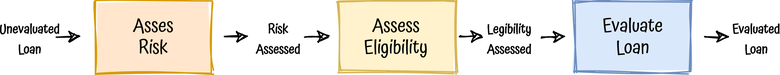
Before: doc/img/workflow.png, a diagram exported from draw.io (albertllousas/functional-domain-driven-design). Source tidied: cells renumbered, new cells last; positions are measured from the earlier drawing's top-left corner, leaving out a move shared by most shapes.
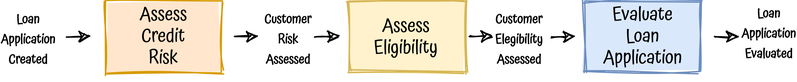
After the change.

The edit, as a diff of the source:
```diff
@@ -5,7 +5,7 @@
     <mxCell id="2" style="rounded=0;whiteSpace=wrap;html=1;sketch=1;fillColor=#ffe6cc;strokeColor=#d79b00;fillStyle=solid;" parent="1" vertex="1">
       <mxGeometry x="53.5" width="80" height="50" as="geometry" />
     </mxCell>
-    <mxCell id="3" value="&lt;font style=&quot;font-size: 13px&quot; face=&quot;Atma&quot;&gt;Asses&lt;br&gt;Risk&lt;br&gt;&lt;/font&gt;" style="text;html=1;strokeColor=none;fillColor=none;align=center;verticalAlign=middle;whiteSpace=wrap;rounded=0;sketch=1;" parent="1" vertex="1">
+    <mxCell id="3" value="&lt;font style=&quot;font-size: 13px&quot; face=&quot;Atma&quot;&gt;Assess&lt;br&gt;Credit&lt;br&gt;Risk&lt;br&gt;&lt;/font&gt;" style="text;html=1;strokeColor=none;fillColor=none;align=center;verticalAlign=middle;whiteSpace=wrap;rounded=0;sketch=1;" parent="1" vertex="1">
       <mxGeometry x="73.5" y="15" width="40" height="20" as="geometry" />
     </mxCell>
     <mxCell id="4" style="endArrow=classic;html=1;sketch=1;" parent="1" edge="1">
@@ -14,10 +14,10 @@
         <mxPoint x="379.1" y="24.8" as="targetPoint" />
       </mxGeometry>
     </mxCell>
-    <mxCell id="5" value="&lt;font face=&quot;Atma&quot; style=&quot;font-size: 9px&quot;&gt;&lt;span&gt;Unevaluated&lt;br&gt;Loan&lt;br&gt;&lt;/span&gt;&lt;/font&gt;" style="text;html=1;strokeColor=none;fillColor=none;align=center;verticalAlign=middle;whiteSpace=wrap;rounded=0;sketch=1;fontStyle=1;" parent="1" vertex="1">
-      <mxGeometry x="-0.5" y="15" width="17" height="20" as="geometry" />
+    <mxCell id="5" value="&lt;font face=&quot;Atma&quot; style=&quot;font-size: 9px&quot;&gt;&lt;span&gt;Loan&lt;br&gt;Application&lt;br&gt;Created&lt;br&gt;&lt;/span&gt;&lt;/font&gt;" style="text;html=1;strokeColor=none;fillColor=none;align=center;verticalAlign=middle;whiteSpace=wrap;rounded=0;sketch=1;fontStyle=1;" parent="1" vertex="1">
+      <mxGeometry x="-8.5" y="15" width="17" height="20" as="geometry" />
     </mxCell>
-    <mxCell id="6" value="&lt;font face=&quot;Atma&quot; style=&quot;font-size: 9px&quot;&gt;&lt;span&gt;Risk&lt;br&gt;Assessed&lt;br&gt;&lt;/span&gt;&lt;/font&gt;" style="text;html=1;strokeColor=none;fillColor=none;align=center;verticalAlign=middle;whiteSpace=wrap;rounded=0;sketch=1;fontStyle=1;" parent="1" vertex="1">
+    <mxCell id="6" value="&lt;font face=&quot;Atma&quot; style=&quot;font-size: 9px&quot;&gt;&lt;span&gt;Customer&lt;br&gt;Risk&lt;br&gt;Assessed&lt;br&gt;&lt;/span&gt;&lt;/font&gt;" style="text;html=1;strokeColor=none;fillColor=none;align=center;verticalAlign=middle;whiteSpace=wrap;rounded=0;sketch=1;fontStyle=1;" parent="1" vertex="1">
       <mxGeometry x="172.2" y="15" width="17" height="20" as="geometry" />
     </mxCell>
     <mxCell id="7" style="rounded=0;whiteSpace=wrap;html=1;sketch=1;fillColor=#fff2cc;strokeColor=#d6b656;fillStyle=solid;" parent="1" vertex="1">
@@ -26,17 +26,17 @@
     <mxCell id="8" value="&lt;font style=&quot;font-size: 13px&quot; face=&quot;Atma&quot;&gt;Assess&lt;br&gt;Eligibility&lt;br&gt;&lt;/font&gt;" style="text;html=1;strokeColor=none;fillColor=none;align=center;verticalAlign=middle;whiteSpace=wrap;rounded=0;sketch=1;" parent="1" vertex="1">
       <mxGeometry x="242.4" y="15" width="40" height="20" as="geometry" />
     </mxCell>
-    <mxCell id="9" value="&lt;font face=&quot;Atma&quot; style=&quot;font-size: 9px&quot;&gt;&lt;span&gt;Legibility&lt;br&gt;Assessed&lt;br&gt;&lt;/span&gt;&lt;/font&gt;" style="text;html=1;strokeColor=none;fillColor=none;align=center;verticalAlign=middle;whiteSpace=wrap;rounded=0;sketch=1;fontStyle=1;" parent="1" vertex="1">
+    <mxCell id="9" value="&lt;font face=&quot;Atma&quot; style=&quot;font-size: 9px&quot;&gt;&lt;span&gt;Customer&lt;br&gt;Elegibility&lt;br&gt;Assessed&lt;br&gt;&lt;/span&gt;&lt;/font&gt;" style="text;html=1;strokeColor=none;fillColor=none;align=center;verticalAlign=middle;whiteSpace=wrap;rounded=0;sketch=1;fontStyle=1;" parent="1" vertex="1">
       <mxGeometry x="331.6" y="15" width="17" height="20" as="geometry" />
     </mxCell>
     <mxCell id="10" style="rounded=0;whiteSpace=wrap;html=1;sketch=1;fillColor=#dae8fc;strokeColor=#6c8ebf;fillStyle=solid;" parent="1" vertex="1">
       <mxGeometry x="385.6" width="80" height="50" as="geometry" />
     </mxCell>
-    <mxCell id="11" value="&lt;font style=&quot;font-size: 13px&quot; face=&quot;Atma&quot;&gt;Evaluate&lt;br&gt;Loan&lt;br&gt;&lt;/font&gt;" style="text;html=1;strokeColor=none;fillColor=none;align=center;verticalAlign=middle;whiteSpace=wrap;rounded=0;sketch=1;" parent="1" vertex="1">
+    <mxCell id="11" value="&lt;font style=&quot;font-size: 13px&quot; face=&quot;Atma&quot;&gt;Evaluate&lt;br&gt;Loan&lt;br&gt;Application&lt;br&gt;&lt;/font&gt;" style="text;html=1;strokeColor=none;fillColor=none;align=center;verticalAlign=middle;whiteSpace=wrap;rounded=0;sketch=1;" parent="1" vertex="1">
       <mxGeometry x="405.6" y="15" width="40" height="20" as="geometry" />
     </mxCell>
-    <mxCell id="12" value="&lt;font face=&quot;Atma&quot; style=&quot;font-size: 9px&quot;&gt;&lt;span&gt;Evaluated&lt;br&gt;Loan&lt;br&gt;&lt;/span&gt;&lt;/font&gt;" style="text;html=1;strokeColor=none;fillColor=none;align=center;verticalAlign=middle;whiteSpace=wrap;rounded=0;sketch=1;fontStyle=1;" parent="1" vertex="1">
-      <mxGeometry x="502.5" y="15" width="17" height="20" as="geometry" />
+    <mxCell id="12" value="&lt;font face=&quot;Atma&quot; style=&quot;font-size: 9px&quot;&gt;&lt;span&gt;Loan&lt;br&gt;Application&lt;br&gt;Evaluated&lt;br&gt;&lt;br&gt;&lt;/span&gt;&lt;/font&gt;" style="text;html=1;strokeColor=none;fillColor=none;align=center;verticalAlign=middle;whiteSpace=wrap;rounded=0;sketch=1;fontStyle=1;" parent="1" vertex="1">
+      <mxGeometry x="504.5" y="18" width="17" height="20" as="geometry" />
     </mxCell>
     <mxCell id="13" style="endArrow=classic;html=1;sketch=1;" parent="1" edge="1">
       <mxGeometry relative="1" as="geometry">
```
